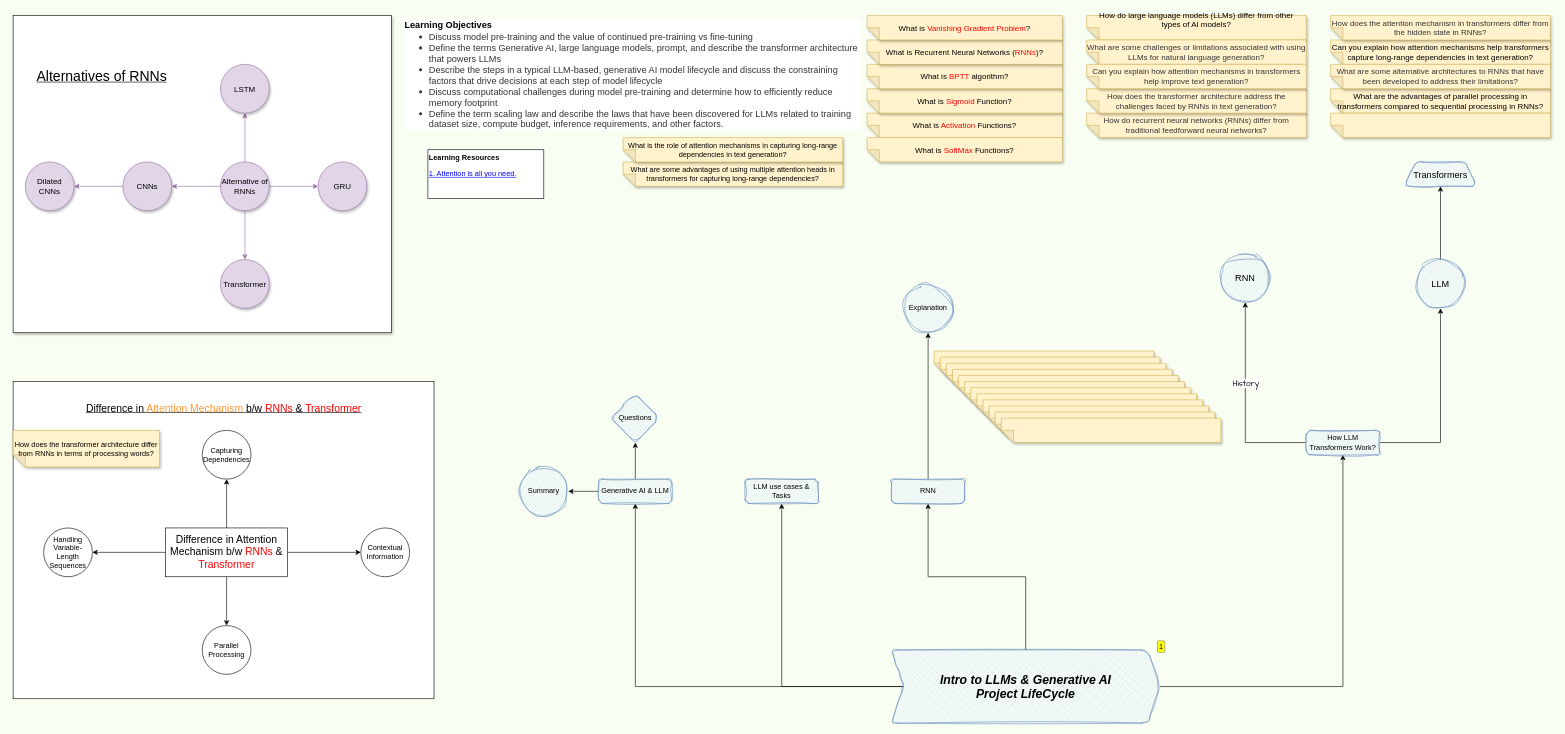
The draw.io diagram page 2 of 2 of MachineLearning/Generative AI with Large Language Models.drawio in FilledVaccum/MindMaps, before the edit. Source tidied: cells renumbered, new cells numbered last; positions are measured from the earlier drawing's top-left corner, leaving out a move shared by most shapes. Both pictures are drawn from the tidied source at 61%, with x=0, y=0 at pixel (13, 15).
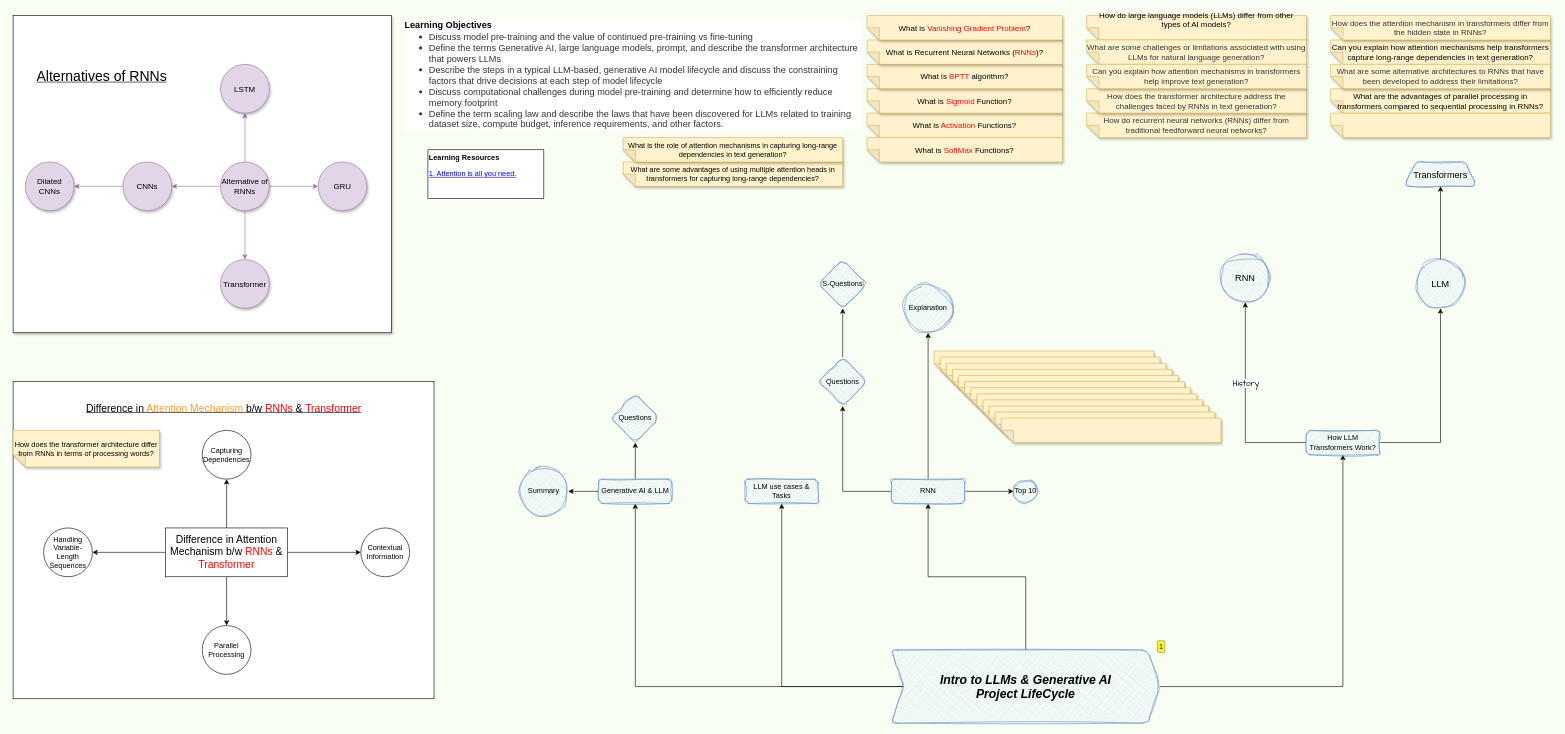
The same page after the edit.

The change refers to these unchanged cells:
```xml
<mxCell id="40" value="RNN" style="whiteSpace=wrap;html=1;fillColor=#dae8fc;strokeColor=#6c8ebf;sketch=1;curveFitting=1;jiggle=2;shadow=0;rounded=1;fillStyle=cross-hatch;" parent="1" vertex="1">
  <mxGeometry x="1440" y="760" width="120" height="40" as="geometry" />
</mxCell>
```

Change to the diagram source:
```diff
@@
+    <mxCell id="81" style="edgeStyle=orthogonalEdgeStyle;rounded=0;jettySize=auto;html=1;" parent="1" edge="1" source="40" target="84">
+      <mxGeometry relative="1" as="geometry" />
+    </mxCell>
+    <mxCell id="82" style="edgeStyle=orthogonalEdgeStyle;rounded=0;jettySize=auto;html=1;" parent="1" edge="1" source="40" target="85">
+      <mxGeometry relative="1" as="geometry" />
+    </mxCell>
@@
+    <mxCell id="83" style="edgeStyle=orthogonalEdgeStyle;rounded=0;jettySize=auto;html=1;" parent="1" edge="1" source="84" target="86">
+      <mxGeometry relative="1" as="geometry" />
+    </mxCell>
+    <mxCell id="84" value="Questions" style="rhombus;whiteSpace=wrap;html=1;fillColor=#dae8fc;strokeColor=#6c8ebf;sketch=1;curveFitting=1;jiggle=2;shadow=0;rounded=1;fillStyle=cross-hatch;" parent="1" vertex="1">
+      <mxGeometry x="1320" y="560" width="80" height="80" as="geometry" />
+    </mxCell>
+    <mxCell id="85" value="Top 10" style="ellipse;whiteSpace=wrap;html=1;fillColor=#dae8fc;strokeColor=#6c8ebf;sketch=1;curveFitting=1;jiggle=2;shadow=0;rounded=1;fillStyle=cross-hatch;" parent="1" vertex="1">
+      <mxGeometry x="1640" y="761.2" width="40" height="37.5" as="geometry" />
+    </mxCell>
+    <mxCell id="86" value="S-Questions" style="rhombus;whiteSpace=wrap;html=1;fillColor=#dae8fc;strokeColor=#6c8ebf;sketch=1;curveFitting=1;jiggle=2;shadow=0;rounded=1;fillStyle=cross-hatch;" parent="1" vertex="1">
+      <mxGeometry x="1320" y="400" width="80" height="80" as="geometry" />
+    </mxCell>
```
